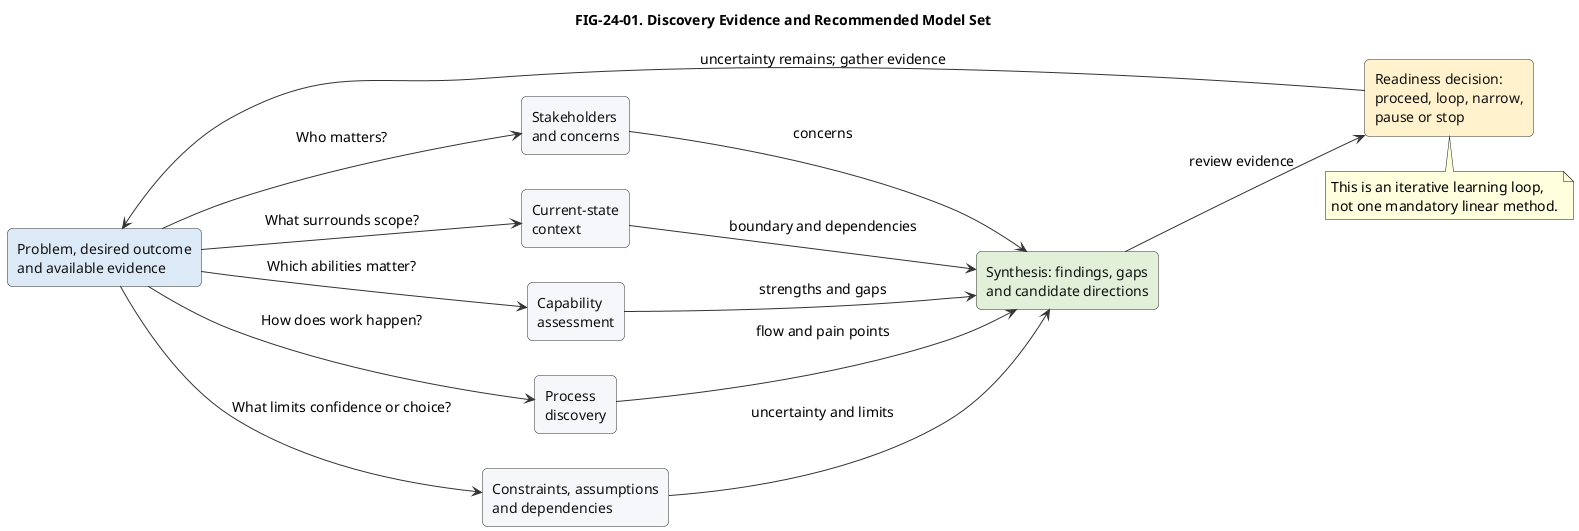
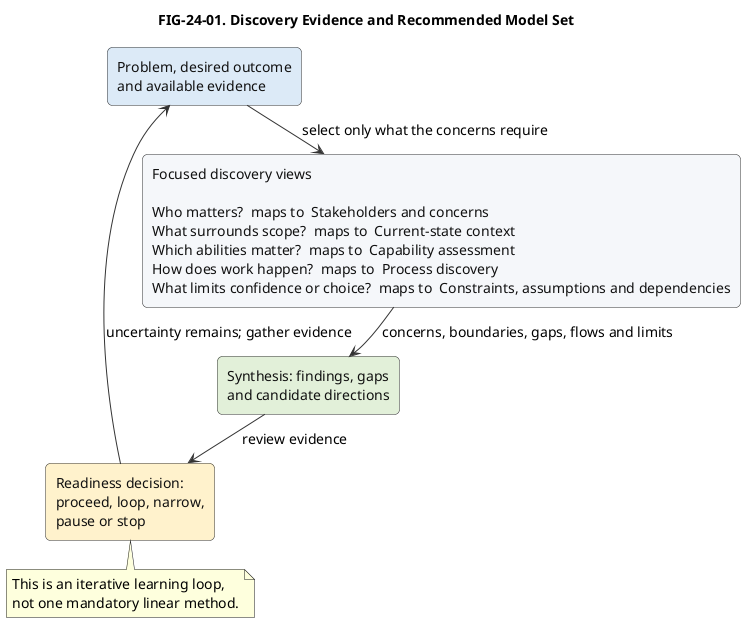
@startuml
title FIG-24-01. Discovery Evidence and Recommended Model Set
skinparam backgroundColor #FFFFFF
skinparam defaultFontName Arial
skinparam defaultFontSize 14
skinparam shadowing false
skinparam ArrowColor #333333
skinparam rectangle {
  BackgroundColor #F5F7FA
  BorderColor #333333
  FontColor #111111
  RoundCorner 10
}
- left to right direction
+ top to bottom direction
+ skinparam nodesep 18
+ skinparam ranksep 28
rectangle "Problem, desired outcome\nand available evidence" as Start #DCEAF7
- rectangle "Stakeholders\nand concerns" as Stake
- rectangle "Current-state\ncontext" as Context
- rectangle "Capability\nassessment" as Cap
- rectangle "Process\ndiscovery" as Process
- rectangle "Constraints, assumptions\nand dependencies" as Limits
+ rectangle "Focused discovery views\n\nWho matters?  maps to  Stakeholders and concerns\nWhat surrounds scope?  maps to  Current-state context\nWhich abilities matter?  maps to  Capability assessment\nHow does work happen?  maps to  Process discovery\nWhat limits confidence or choice?  maps to  Constraints, assumptions and dependencies" as Views
rectangle "Synthesis: findings, gaps\nand candidate directions" as Synth #E2F0D9
rectangle "Readiness decision:\nproceed, loop, narrow,\npause or stop" as Gate #FFF2CC
- Start --> Stake : Who matters?
- Start --> Context : What surrounds scope?
- Start --> Cap : Which abilities matter?
- Start --> Process : How does work happen?
- Start --> Limits : What limits confidence or choice?
- Stake --> Synth : concerns
- Context --> Synth : boundary and dependencies
- Cap --> Synth : strengths and gaps
- Process --> Synth : flow and pain points
- Limits --> Synth : uncertainty and limits
- Synth --> Gate : review evidence
- Gate -up-> Start : uncertainty remains; gather evidence
+ Start -down-> Views : select only what the concerns require
+ Views -down-> Synth : concerns, boundaries, gaps, flows and limits
+ Synth -down-> Gate : review evidence
+ Gate -left-> Start : uncertainty remains; gather evidence
note bottom of Gate
  This is an iterative learning loop,
  not one mandatory linear method.
end note
@enduml
